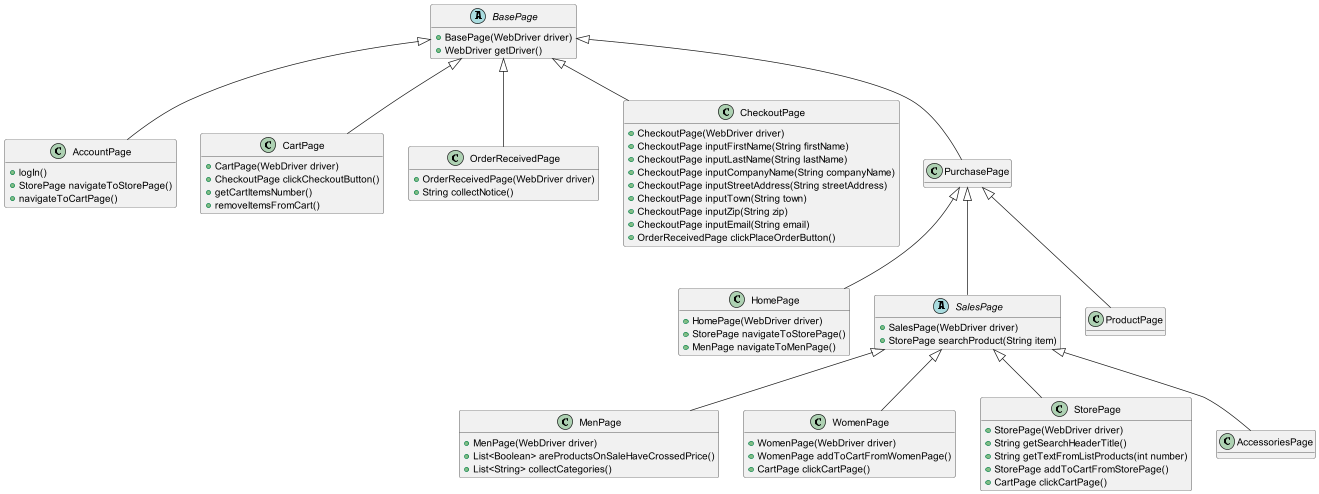
Above: src/test/java/com/ecommerce/uml/POM_Structure.png in DudeAlex/AlexFall2024 (PlantUML), before the change.
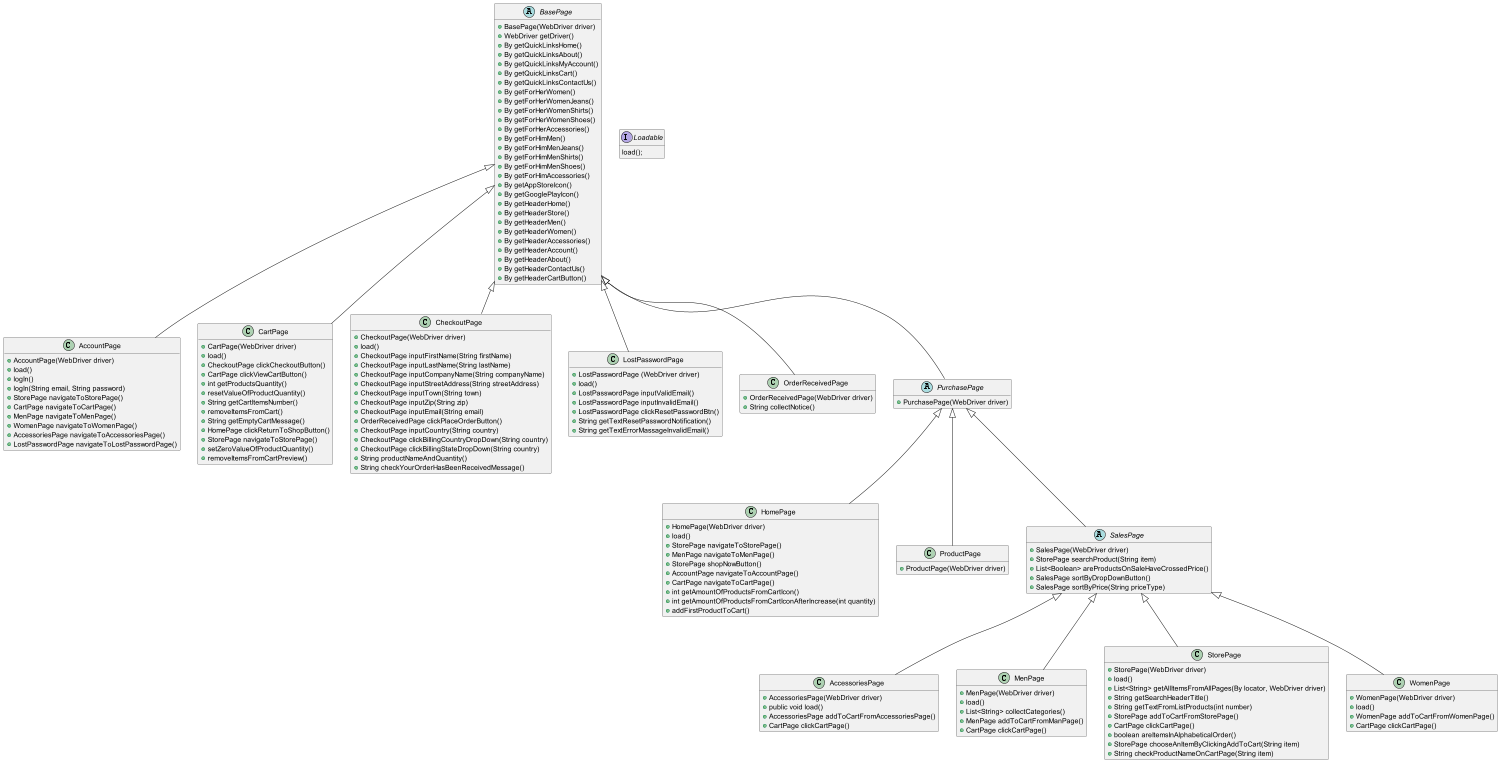
After the commit.

Commit message:
refactored POM_Structure UML added LostPasswordPage

What changed in the source:
```diff
@@ -37,17 +37,60 @@
 
 + BasePage(WebDriver driver)
 + WebDriver getDriver()
++ By getQuickLinksHome()
++ By getQuickLinksAbout()
++ By getQuickLinksMyAccount()
++ By getQuickLinksCart()
++ By getQuickLinksContactUs()
++ By getForHerWomen()
++ By getForHerWomenJeans()
++ By getForHerWomenShirts()
++ By getForHerWomenShoes()
++ By getForHerAccessories()
++ By getForHimMen()
++ By getForHimMenJeans()
++ By getForHimMenShirts()
++ By getForHimMenShoes()
++ By getForHimAccessories()
++ By getAppStoreIcon()
++ By getGooglePlayIcon()
++ By getHeaderHome()
++ By getHeaderStore()
++ By getHeaderMen()
++ By getHeaderWomen()
++ By getHeaderAccessories()
++ By getHeaderAccount()
++ By getHeaderAbout()
++ By getHeaderContactUs()
++ By getHeaderCartButton()
 
 }
+
+
+class AccessoriesPage{
+# addToCartButton: By
++ AccessoriesPage(WebDriver driver)
++ public void load()
++ AccessoriesPage addToCartFromAccessoriesPage()
++ CartPage clickCartPage()
+}
+
 class AccountPage {
 # emailField: By
 # passwordField: By
 # loginButton: By
 # storePageLink: By
 # cartIcon: By
++ AccountPage(WebDriver driver)
++ load()
 + logIn()
++ logIn(String email, String password)
 + StorePage navigateToStorePage()
-+ navigateToCartPage()
++ CartPage navigateToCartPage()
++ MenPage navigateToMenPage()
++ WomenPage navigateToWomenPage()
++ AccessoriesPage navigateToAccessoriesPage()
++ LostPasswordPage navigateToLostPasswordPage()
 }
 
 class CartPage {
@@ -55,59 +98,18 @@
 # cartIcon: By
 # removeButton: By
 + CartPage(WebDriver driver)
++ load()
 + CheckoutPage clickCheckoutButton()
-+ getCartItemsNumber()
++ CartPage clickViewCartButton()
++ int getProductsQuantity()
++ resetValueOfProductQuantity()
++ String getCartItemsNumber()
 + removeItemsFromCart()
-}
-
-class OrderReceivedPage {
-# notice: By
-
-+ OrderReceivedPage(WebDriver driver)
-+ String collectNotice()
-
-}
-
-class HomePage{
-# shopButton: By
-# manCategory: By
-# accountHeaderLink: By
-
-+ HomePage(WebDriver driver)
++ String getEmptyCartMessage()
++ HomePage clickReturnToShopButton()
 + StorePage navigateToStorePage()
-+ MenPage navigateToMenPage()
-+ AccountPage navigateToAccountPage
-
-}
-
-class MenPage{
-# singleItemContainer: By
-# saleTag: By
-# crossedOutPrice: By
-
-+ MenPage(WebDriver driver)
-+ List<Boolean> areProductsOnSaleHaveCrossedPrice()
-+ List<String> collectCategories()
-
-}
-
-class WomenPage{
-# addToCartButton: By
-# cartButton: By
-
-+ WomenPage(WebDriver driver)
-+ WomenPage addToCartFromWomenPage()
-+ CartPage clickCartPage()
-
-}
-
-abstract class SalesPage{
-# searchField: By
-# searchButton: By
-
-+ SalesPage(WebDriver driver)
-+ StorePage searchProduct(String item)
-
++ setZeroValueOfProductQuantity()
++ removeItemsFromCartPreview()
 }
 
 class CheckoutPage{
@@ -120,6 +122,7 @@
 # emailField: By
 # placeOrderButton: By
 + CheckoutPage(WebDriver driver)
++ load()
 + CheckoutPage inputFirstName(String firstName)
 + CheckoutPage inputLastName(String lastName)
 + CheckoutPage inputCompanyName(String companyName)
@@ -128,7 +131,83 @@
 + CheckoutPage inputZip(String zip)
 + CheckoutPage inputEmail(String email)
 + OrderReceivedPage clickPlaceOrderButton()
++ CheckoutPage inputCountry(String country)
++ CheckoutPage clickBillingCountryDropDown(String country)
++ CheckoutPage clickBillingStateDropDown(String country)
++ String productNameAndQuantity()
++ String checkYourOrderHasBeenReceivedMessage()
 }
+
+class HomePage{
+# shopButton: By
+# manCategory: By
+# accountHeaderLink: By
+
++ HomePage(WebDriver driver)
++ load()
++ StorePage navigateToStorePage()
++ MenPage navigateToMenPage()
++ StorePage shopNowButton()
++ AccountPage navigateToAccountPage()
++ CartPage navigateToCartPage()
++ int getAmountOfProductsFromCartIcon()
++ int getAmountOfProductsFromCartIconAfterIncrease(int quantity)
++ addFirstProductToCart()
+}
+class LostPasswordPage {
+# emailInputToResetPassword: By
+# resetPasswordBtn: By
+# passwordResetNotification: By
+# errorMessageInvalidEmail: By
++ LostPasswordPage (WebDriver driver)
++ load()
++ LostPasswordPage inputValidEmail()
++ LostPasswordPage inputInvalidEmail()
++ LostPasswordPage clickResetPasswordBtn()
++ String getTextResetPasswordNotification()
++ String getTextErrorMassageInvalidEmail()
+}
+
+class MenPage{
+# singleItemContainer: By
+# saleTag: By
+# crossedOutPrice: By
+
++ MenPage(WebDriver driver)
++ load()
++ List<String> collectCategories()
++ MenPage addToCartFromManPage()
++ CartPage clickCartPage()
+
+}
+
+class OrderReceivedPage {
+# notice: By
+
++ OrderReceivedPage(WebDriver driver)
++ String collectNotice()
+
+}
+
+class ProductPage{
++ ProductPage(WebDriver driver)
+}
+
+abstract class PurchasePage{
++ PurchasePage(WebDriver driver)
+}
+
+abstract class SalesPage{
+# searchField: By
+# searchButton: By
+
++ SalesPage(WebDriver driver)
++ StorePage searchProduct(String item)
++ List<Boolean> areProductsOnSaleHaveCrossedPrice()
++ SalesPage sortByDropDownButton()
++ SalesPage sortByPrice(String priceType)
+}
+
 class StorePage{
 # headerTitle: By
 # loopProducts: By
@@ -136,10 +215,30 @@
 # cartButton" By
 
 + StorePage(WebDriver driver)
++ load()
++ List<String> getAllItemsFromAllPages(By locator, WebDriver driver)
 + String getSearchHeaderTitle()
 + String getTextFromListProducts(int number)
 + StorePage addToCartFromStorePage()
 + CartPage clickCartPage()
++ boolean areItemsInAlphabeticalOrder()
++ StorePage chooseAnItemByClickingAddToCart(String item)
++ String checkProductNameOnCartPage(String item)
+}
+
+class WomenPage{
+# addToCartButton: By
+# cartButton: By
+
++ WomenPage(WebDriver driver)
++ load()
++ WomenPage addToCartFromWomenPage()
++ CartPage clickCartPage()
+
+}
+
+interface Loadable {
+ load();
 }
 
 BasePage <|-- AccountPage
@@ -147,6 +246,7 @@
 BasePage <|-- CheckoutPage
 BasePage <|-- OrderReceivedPage
 BasePage <|-- PurchasePage
+BasePage <|-- LostPasswordPage
 
 PurchasePage <|-- HomePage
 PurchasePage <|-- ProductPage
```
